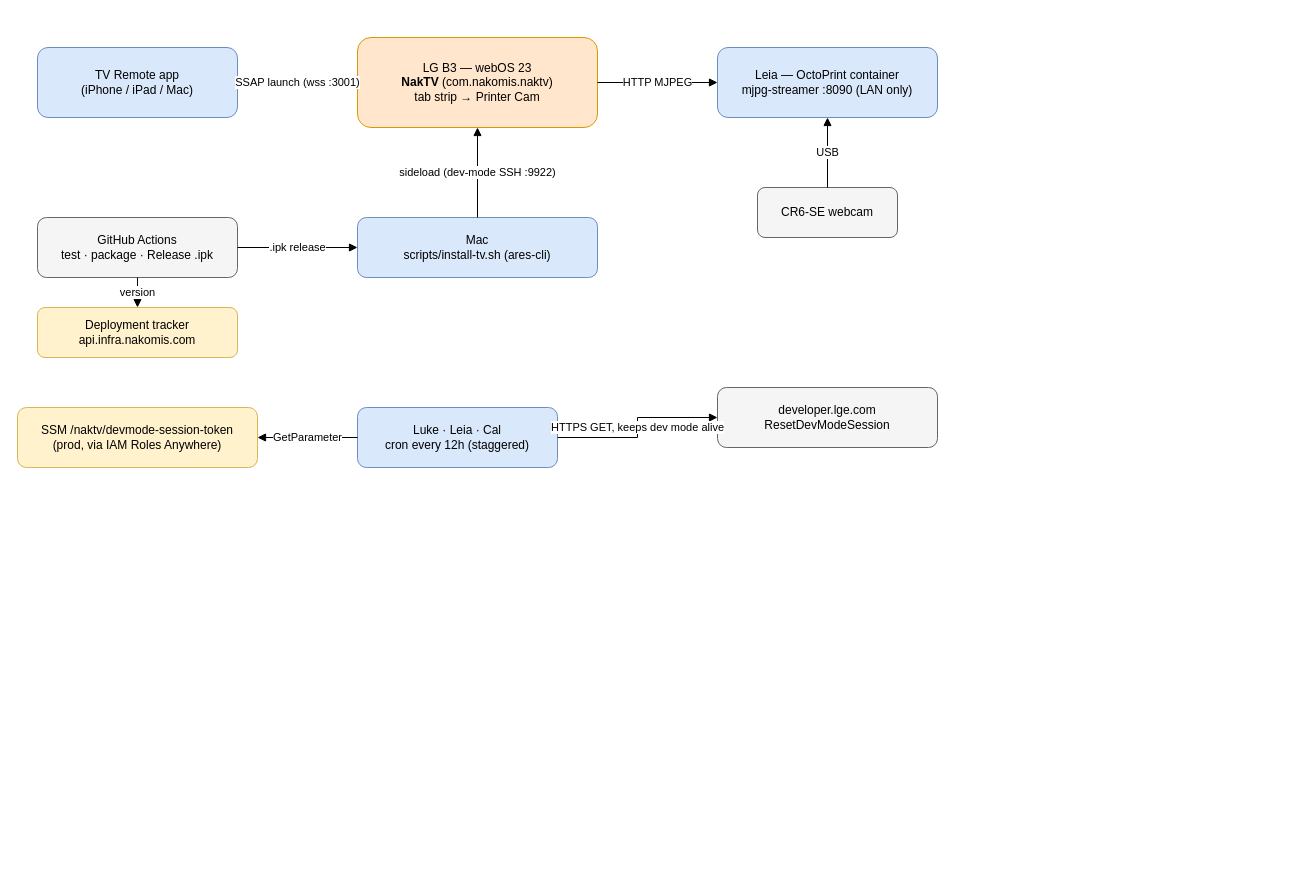
nakomis/naktv keeps this draw.io diagram as docs/architecture/naktv.drawio. Above is the earlier version. Source tidied: cells renumbered, new cells numbered last; positions are measured from the earlier drawing's top-left corner, leaving out a move shared by most shapes. Both pictures are drawn from the tidied source at 100%, with x=0, y=0 at pixel (17, 37).
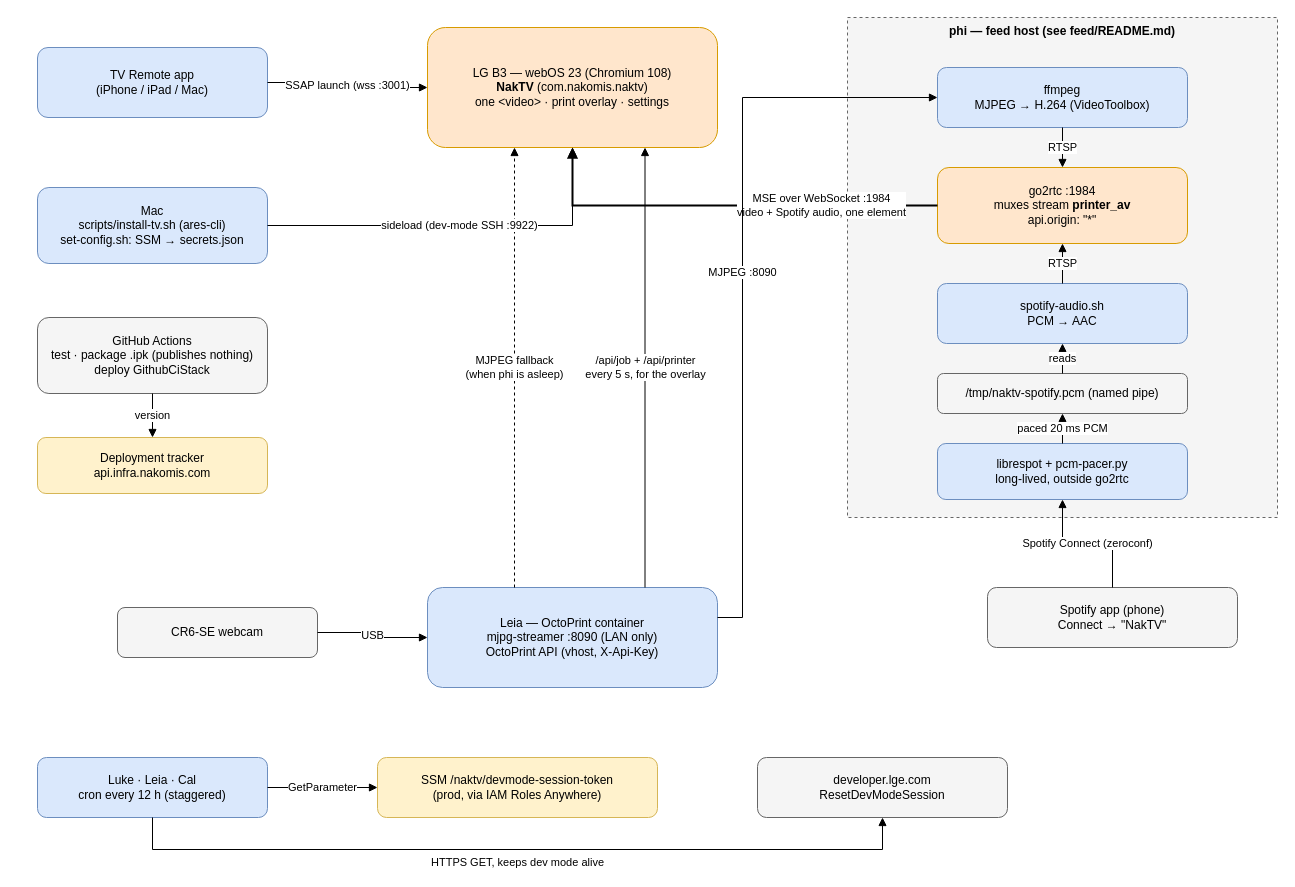
After the change.

Commit message (it also covers changes not shown here):
docs: refresh the architecture diagrams

What changed in the source:
```diff
@@
     <mxCell id="2" value="TV Remote app&lt;br&gt;(iPhone / iPad / Mac)" style="rounded=1;whiteSpace=wrap;html=1;fillColor=#dae8fc;strokeColor=#6c8ebf;" parent="1" vertex="1">
-      <mxGeometry x="20" y="10" width="200" height="70" as="geometry" />
+      <mxGeometry x="20" y="10" width="230" height="70" as="geometry" />
     </mxCell>
-    <mxCell id="3" value="LG B3 — webOS 23&lt;br&gt;&lt;b&gt;NakTV&lt;/b&gt; (com.nakomis.naktv)&lt;br&gt;tab strip → Printer Cam" style="rounded=1;whiteSpace=wrap;html=1;fillColor=#ffe6cc;strokeColor=#d79b00;" parent="1" vertex="1">
-      <mxGeometry x="340" width="240" height="90" as="geometry" />
+    <mxCell id="3" value="LG B3 — webOS 23 (Chromium 108)&lt;br&gt;&lt;b&gt;NakTV&lt;/b&gt; (com.nakomis.naktv)&lt;br&gt;one &amp;lt;video&amp;gt; · print overlay · settings" style="rounded=1;whiteSpace=wrap;html=1;fillColor=#ffe6cc;strokeColor=#d79b00;" parent="1" vertex="1">
+      <mxGeometry x="410" y="-10" width="290" height="120" as="geometry" />
     </mxCell>
+    <mxCell id="6" value="Mac&lt;br&gt;scripts/install-tv.sh (ares-cli)&lt;br&gt;set-config.sh: SSM → secrets.json" style="rounded=1;whiteSpace=wrap;html=1;fillColor=#dae8fc;strokeColor=#6c8ebf;" parent="1" vertex="1">
+      <mxGeometry x="20" y="150" width="230" height="76" as="geometry" />
+    </mxCell>
+    <mxCell id="7" value="GitHub Actions&lt;br&gt;test · package .ipk (publishes nothing)&lt;br&gt;deploy GithubCiStack" style="rounded=1;whiteSpace=wrap;html=1;fillColor=#f5f5f5;strokeColor=#666666;" parent="1" vertex="1">
+      <mxGeometry x="20" y="280" width="230" height="76" as="geometry" />
+    </mxCell>
+    <mxCell id="11" value="Deployment tracker&lt;br&gt;api.infra.nakomis.com" style="rounded=1;whiteSpace=wrap;html=1;fillColor=#fff2cc;strokeColor=#d6b656;" parent="1" vertex="1">
+      <mxGeometry x="20" y="400" width="230" height="56" as="geometry" />
+    </mxCell>
+    <mxCell id="20" value="phi — feed host (see feed/README.md)" style="rounded=0;whiteSpace=wrap;html=1;fillColor=#f5f5f5;strokeColor=#666666;verticalAlign=top;fontStyle=1;dashed=1;" parent="1" vertex="1">
+      <mxGeometry x="830" y="-20" width="430" height="500" as="geometry" />
+    </mxCell>
+    <mxCell id="21" value="ffmpeg&lt;br&gt;MJPEG → H.264 (VideoToolbox)" style="rounded=1;whiteSpace=wrap;html=1;fillColor=#dae8fc;strokeColor=#6c8ebf;" parent="20" vertex="1">
+      <mxGeometry x="90" y="50" width="250" height="60" as="geometry" />
+    </mxCell>
+    <mxCell id="22" value="go2rtc :1984&lt;br&gt;muxes stream &lt;b&gt;printer_av&lt;/b&gt;&lt;br&gt;api.origin: &quot;*&quot;" style="rounded=1;whiteSpace=wrap;html=1;fillColor=#ffe6cc;strokeColor=#d79b00;" parent="20" vertex="1">
+      <mxGeometry x="90" y="150" width="250" height="76" as="geometry" />
+    </mxCell>
+    <mxCell id="23" value="spotify-audio.sh&lt;br&gt;PCM → AAC" style="rounded=1;whiteSpace=wrap;html=1;fillColor=#dae8fc;strokeColor=#6c8ebf;" parent="20" vertex="1">
+      <mxGeometry x="90" y="266" width="250" height="60" as="geometry" />
+    </mxCell>
+    <mxCell id="24" value="/tmp/naktv-spotify.pcm (named pipe)" style="rounded=1;whiteSpace=wrap;html=1;fillColor=#f5f5f5;strokeColor=#666666;" parent="20" vertex="1">
+      <mxGeometry x="90" y="356" width="250" height="40" as="geometry" />
+    </mxCell>
+    <mxCell id="25" value="librespot + pcm-pacer.py&lt;br&gt;long-lived, outside go2rtc" style="rounded=1;whiteSpace=wrap;html=1;fillColor=#dae8fc;strokeColor=#6c8ebf;" parent="20" vertex="1">
+      <mxGeometry x="90" y="426" width="250" height="56" as="geometry" />
+    </mxCell>
+    <mxCell id="26" value="Spotify app (phone)&lt;br&gt;Connect → &quot;NakTV&quot;" style="rounded=1;whiteSpace=wrap;html=1;fillColor=#f5f5f5;strokeColor=#666666;" parent="1" vertex="1">
+      <mxGeometry x="970" y="550" width="250" height="60" as="geometry" />
+    </mxCell>
-    <mxCell id="4" value="Leia — OctoPrint container&lt;br&gt;mjpg-streamer :8090 (LAN only)" style="rounded=1;whiteSpace=wrap;html=1;fillColor=#dae8fc;strokeColor=#6c8ebf;" parent="1" vertex="1">
-      <mxGeometry x="700" y="10" width="220" height="70" as="geometry" />
+    <mxCell id="4" value="Leia — OctoPrint container&lt;br&gt;mjpg-streamer :8090 (LAN only)&lt;br&gt;OctoPrint API (vhost, X-Api-Key)" style="rounded=1;whiteSpace=wrap;html=1;fillColor=#dae8fc;strokeColor=#6c8ebf;" parent="1" vertex="1">
+      <mxGeometry x="410" y="550" width="290" height="100" as="geometry" />
     </mxCell>
     <mxCell id="5" value="CR6-SE webcam" style="rounded=1;whiteSpace=wrap;html=1;fillColor=#f5f5f5;strokeColor=#666666;" parent="1" vertex="1">
-      <mxGeometry x="740" y="150" width="140" height="50" as="geometry" />
+      <mxGeometry x="100" y="570" width="200" height="50" as="geometry" />
     </mxCell>
-    <mxCell id="6" value="Mac&lt;br&gt;scripts/install-tv.sh (ares-cli)" style="rounded=1;whiteSpace=wrap;html=1;fillColor=#dae8fc;strokeColor=#6c8ebf;" parent="1" vertex="1">
-      <mxGeometry x="340" y="180" width="240" height="60" as="geometry" />
-    </mxCell>
-    <mxCell id="7" value="GitHub Actions&lt;br&gt;test · package · Release .ipk" style="rounded=1;whiteSpace=wrap;html=1;fillColor=#f5f5f5;strokeColor=#666666;" parent="1" vertex="1">
-      <mxGeometry x="20" y="180" width="200" height="60" as="geometry" />
-    </mxCell>
-    <mxCell id="8" value="Luke · Leia · Cal&lt;br&gt;cron every 12h (staggered)" style="rounded=1;whiteSpace=wrap;html=1;fillColor=#dae8fc;strokeColor=#6c8ebf;" parent="1" vertex="1">
-      <mxGeometry x="340" y="370" width="200" height="60" as="geometry" />
+    <mxCell id="8" value="Luke · Leia · Cal&lt;br&gt;cron every 12 h (staggered)" style="rounded=1;whiteSpace=wrap;html=1;fillColor=#dae8fc;strokeColor=#6c8ebf;" parent="1" vertex="1">
+      <mxGeometry x="20" y="720" width="230" height="60" as="geometry" />
     </mxCell>
     <mxCell id="9" value="SSM /naktv/devmode-session-token&lt;br&gt;(prod, via IAM Roles Anywhere)" style="rounded=1;whiteSpace=wrap;html=1;fillColor=#fff2cc;strokeColor=#d6b656;" parent="1" vertex="1">
-      <mxGeometry y="370" width="240" height="60" as="geometry" />
+      <mxGeometry x="360" y="720" width="280" height="60" as="geometry" />
     </mxCell>
     <mxCell id="10" value="developer.lge.com&lt;br&gt;ResetDevModeSession" style="rounded=1;whiteSpace=wrap;html=1;fillColor=#f5f5f5;strokeColor=#666666;" parent="1" vertex="1">
-      <mxGeometry x="700" y="350" width="220" height="60" as="geometry" />
+      <mxGeometry x="740" y="720" width="250" height="60" as="geometry" />
     </mxCell>
-    <mxCell id="11" value="Deployment tracker&lt;br&gt;api.infra.nakomis.com" style="rounded=1;whiteSpace=wrap;html=1;fillColor=#fff2cc;strokeColor=#d6b656;" parent="1" vertex="1">
-      <mxGeometry x="20" y="270" width="200" height="50" as="geometry" />
-    </mxCell>
@@
-    <mxCell id="13" value="HTTP MJPEG" style="edgeStyle=orthogonalEdgeStyle;rounded=0;html=1;endArrow=block;fontSize=11;" parent="1" edge="1" source="3" target="4">
-      <mxGeometry relative="1" as="geometry" />
+    <mxCell id="13" value="MSE over WebSocket :1984&lt;br&gt;video + Spotify audio, one element" style="edgeStyle=orthogonalEdgeStyle;rounded=0;html=1;endArrow=block;fontSize=11;strokeWidth=2;" parent="1" edge="1" source="22" target="3">
+      <mxGeometry x="-0.45" relative="1" as="geometry" />
     </mxCell>
-    <mxCell id="14" value="USB" style="edgeStyle=orthogonalEdgeStyle;rounded=0;html=1;endArrow=block;fontSize=11;" parent="1" edge="1" source="5" target="4">
+    <mxCell id="14" value="MJPEG fallback&lt;br&gt;(when phi is asleep)" style="edgeStyle=orthogonalEdgeStyle;rounded=0;html=1;endArrow=block;fontSize=11;dashed=1;exitX=0.3;exitY=0;exitDx=0;exitDy=0;entryX=0.3;entryY=1;entryDx=0;entryDy=0;" parent="1" edge="1" source="4" target="3">
       <mxGeometry relative="1" as="geometry" />
     </mxCell>
-    <mxCell id="15" value="sideload (dev-mode SSH :9922)" style="edgeStyle=orthogonalEdgeStyle;rounded=0;html=1;endArrow=block;fontSize=11;" parent="1" edge="1" source="6" target="3">
+    <mxCell id="15" value="/api/job + /api/printer&lt;br&gt;every 5 s, for the overlay" style="edgeStyle=orthogonalEdgeStyle;rounded=0;html=1;endArrow=block;fontSize=11;exitX=0.75;exitY=0;exitDx=0;exitDy=0;entryX=0.75;entryY=1;entryDx=0;entryDy=0;" parent="1" edge="1" source="4" target="3">
       <mxGeometry relative="1" as="geometry" />
     </mxCell>
-    <mxCell id="16" value=".ipk release" style="edgeStyle=orthogonalEdgeStyle;rounded=0;html=1;endArrow=block;fontSize=11;" parent="1" edge="1" source="7" target="6">
+    <mxCell id="16" value="USB" style="edgeStyle=orthogonalEdgeStyle;rounded=0;html=1;endArrow=block;fontSize=11;" parent="1" edge="1" source="5" target="4">
       <mxGeometry relative="1" as="geometry" />
     </mxCell>
-    <mxCell id="17" value="GetParameter" style="edgeStyle=orthogonalEdgeStyle;rounded=0;html=1;endArrow=block;fontSize=11;" parent="1" edge="1" source="8" target="9">
-      <mxGeometry relative="1" as="geometry" />
+    <mxCell id="17" value="MJPEG :8090" style="edgeStyle=orthogonalEdgeStyle;rounded=0;html=1;endArrow=block;fontSize=11;exitX=1;exitY=0.3;exitDx=0;exitDy=0;entryX=0;entryY=0.5;entryDx=0;entryDy=0;" parent="1" edge="1" source="4" target="21">
+      <mxGeometry relative="1" as="geometry">
+        <Array as="points">
+          <mxPoint x="725" y="580" />
+          <mxPoint x="725" y="60" />
+        </Array>
+      </mxGeometry>
     </mxCell>
-    <mxCell id="18" value="HTTPS GET, keeps dev mode alive" style="edgeStyle=orthogonalEdgeStyle;rounded=0;html=1;endArrow=block;fontSize=11;" parent="1" edge="1" source="8" target="10">
+    <mxCell id="18" value="Spotify Connect (zeroconf)" style="edgeStyle=orthogonalEdgeStyle;rounded=0;html=1;endArrow=block;fontSize=11;" parent="1" edge="1" source="26" target="25">
       <mxGeometry relative="1" as="geometry" />
     </mxCell>
-    <mxCell id="19" value="version" style="edgeStyle=orthogonalEdgeStyle;rounded=0;html=1;endArrow=block;fontSize=11;" parent="1" edge="1" source="7" target="11">
+    <mxCell id="19" value="paced 20 ms PCM" style="edgeStyle=orthogonalEdgeStyle;rounded=0;html=1;endArrow=block;fontSize=11;" parent="1" edge="1" source="25" target="24">
       <mxGeometry relative="1" as="geometry" />
     </mxCell>
+    <mxCell id="27" value="reads" style="edgeStyle=orthogonalEdgeStyle;rounded=0;html=1;endArrow=block;fontSize=11;" parent="1" edge="1" source="24" target="23">
+      <mxGeometry relative="1" as="geometry" />
+    </mxCell>
+    <mxCell id="28" value="RTSP" style="edgeStyle=orthogonalEdgeStyle;rounded=0;html=1;endArrow=block;fontSize=11;" parent="1" edge="1" source="21" target="22">
+      <mxGeometry relative="1" as="geometry" />
+    </mxCell>
+    <mxCell id="29" value="RTSP" style="edgeStyle=orthogonalEdgeStyle;rounded=0;html=1;endArrow=block;fontSize=11;" parent="1" edge="1" source="23" target="22">
+      <mxGeometry relative="1" as="geometry" />
+    </mxCell>
+    <mxCell id="30" value="sideload (dev-mode SSH :9922)" style="edgeStyle=orthogonalEdgeStyle;rounded=0;html=1;endArrow=block;fontSize=11;" parent="1" edge="1" source="6" target="3">
+      <mxGeometry relative="1" as="geometry" />
+    </mxCell>
+    <mxCell id="31" value="version" style="edgeStyle=orthogonalEdgeStyle;rounded=0;html=1;endArrow=block;fontSize=11;" parent="1" edge="1" source="7" target="11">
+      <mxGeometry relative="1" as="geometry" />
+    </mxCell>
+    <mxCell id="32" value="GetParameter" style="edgeStyle=orthogonalEdgeStyle;rounded=0;html=1;endArrow=block;fontSize=11;" parent="1" edge="1" source="8" target="9">
+      <mxGeometry relative="1" as="geometry" />
+    </mxCell>
+    <mxCell id="33" value="HTTPS GET, keeps dev mode alive" style="edgeStyle=orthogonalEdgeStyle;rounded=0;html=1;endArrow=block;fontSize=11;exitX=0.5;exitY=1;exitDx=0;exitDy=0;entryX=0.5;entryY=1;entryDx=0;entryDy=0;verticalAlign=top;" parent="1" edge="1" source="8" target="10">
+      <mxGeometry relative="1" as="geometry">
+        <Array as="points">
+          <mxPoint x="135" y="812" />
+          <mxPoint x="865" y="812" />
+        </Array>
+      </mxGeometry>
+    </mxCell>
```
